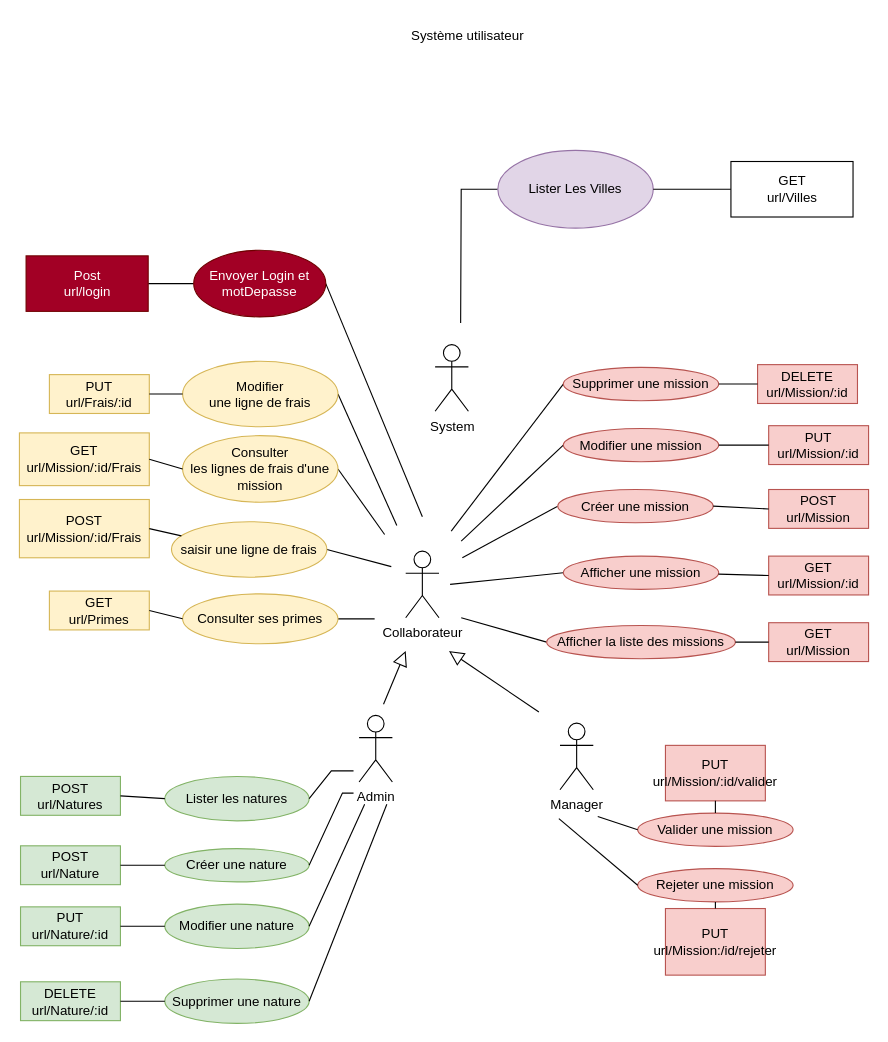
The draw.io diagram Conception/use_case_API.drawio in VincentProuchet/Gestion_Missions_BE, before the edit. Source tidied: cells renumbered, new cells numbered last; positions are measured from the earlier drawing's top-left corner, leaving out a move shared by most shapes. Both pictures are drawn from the tidied source at 111%, with x=0, y=0 at pixel (19, 19).
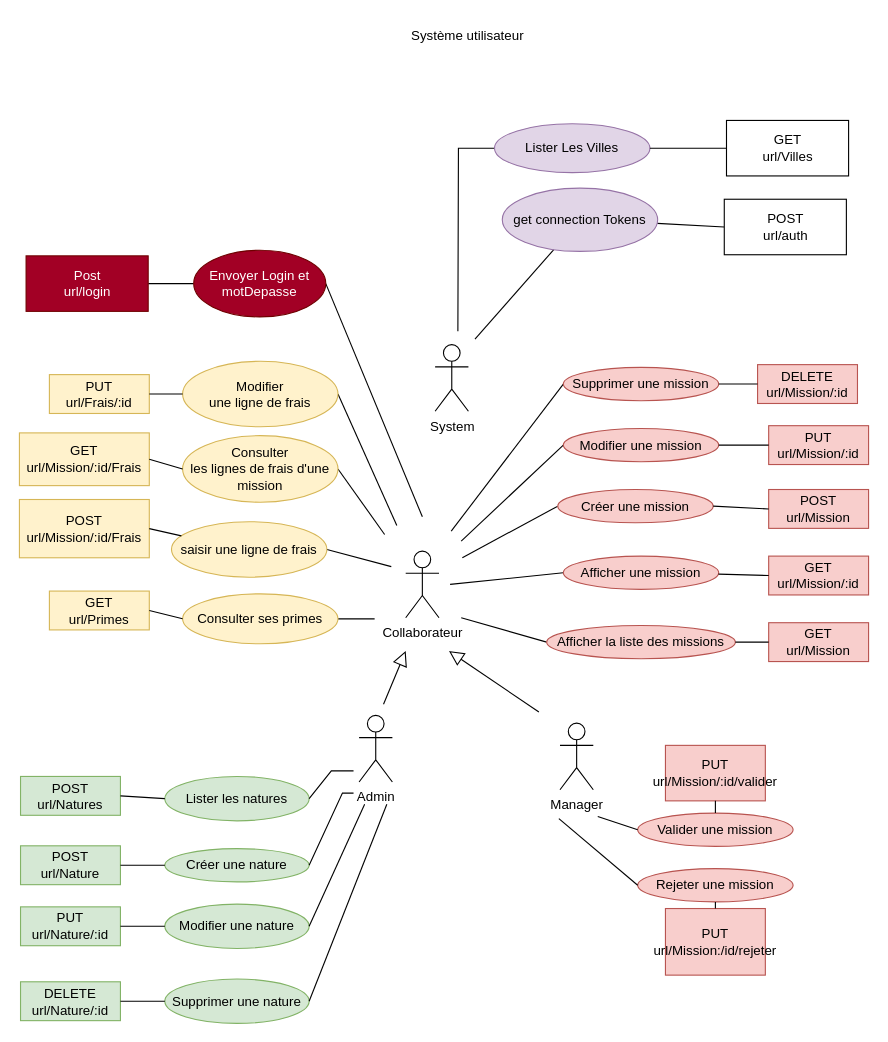
The same diagram, later.

Commit message (it also covers changes not shown here):
Mettre à jour use_case_API.drawio

The edit, as a diff of the source:
```diff
@@
     <mxCell id="16" style="edgeStyle=orthogonalEdgeStyle;rounded=0;jettySize=auto;html=1;endArrow=none;endFill=0;" parent="1" edge="1" source="17">
       <mxGeometry relative="1" as="geometry">
-        <mxPoint x="397.5" y="273.6" as="targetPoint" />
+        <mxPoint x="395" y="281" as="targetPoint" />
       </mxGeometry>
     </mxCell>
     <mxCell id="17" value="Lister Les Villes" style="ellipse;whiteSpace=wrap;html=1;fillColor=#e1d5e7;strokeColor=#9673a6;" parent="1" vertex="1">
-      <mxGeometry x="431" y="118" width="140" height="70" as="geometry" />
+      <mxGeometry x="428" y="94" width="140" height="44" as="geometry" />
     </mxCell>
@@
     <mxCell id="19" value="&lt;div&gt;GET&lt;/div&gt;&lt;div&gt;url/Villes&lt;br&gt;&lt;/div&gt;" style="html=1;" parent="1" vertex="1">
-      <mxGeometry x="641" y="128" width="110" height="50" as="geometry" />
+      <mxGeometry x="637" y="91" width="110" height="50" as="geometry" />
     </mxCell>
@@
+    <mxCell id="81" style="edgeStyle=none;rounded=0;jettySize=auto;html=1;endArrow=none;endFill=0;" parent="1" edge="1" source="83">
+      <mxGeometry relative="1" as="geometry">
+        <mxPoint x="410.4" y="288.1" as="targetPoint" />
+      </mxGeometry>
+    </mxCell>
+    <mxCell id="82" style="edgeStyle=none;rounded=0;jettySize=auto;html=1;entryX=0;entryY=0.5;entryDx=0;entryDy=0;endArrow=none;endFill=0;" parent="1" edge="1" source="83" target="84">
+      <mxGeometry relative="1" as="geometry" />
+    </mxCell>
+    <mxCell id="83" value="get connection Tokens" style="ellipse;whiteSpace=wrap;html=1;fillColor=#e1d5e7;strokeColor=#9673a6;" parent="1" vertex="1">
+      <mxGeometry x="435" y="152" width="140" height="57" as="geometry" />
+    </mxCell>
+    <mxCell id="84" value="&lt;div&gt;POST&lt;br&gt;&lt;/div&gt;&lt;div&gt;url/auth&lt;br&gt;&lt;/div&gt;" style="html=1;" parent="1" vertex="1">
+      <mxGeometry x="635" y="162" width="110" height="50" as="geometry" />
+    </mxCell>
```
